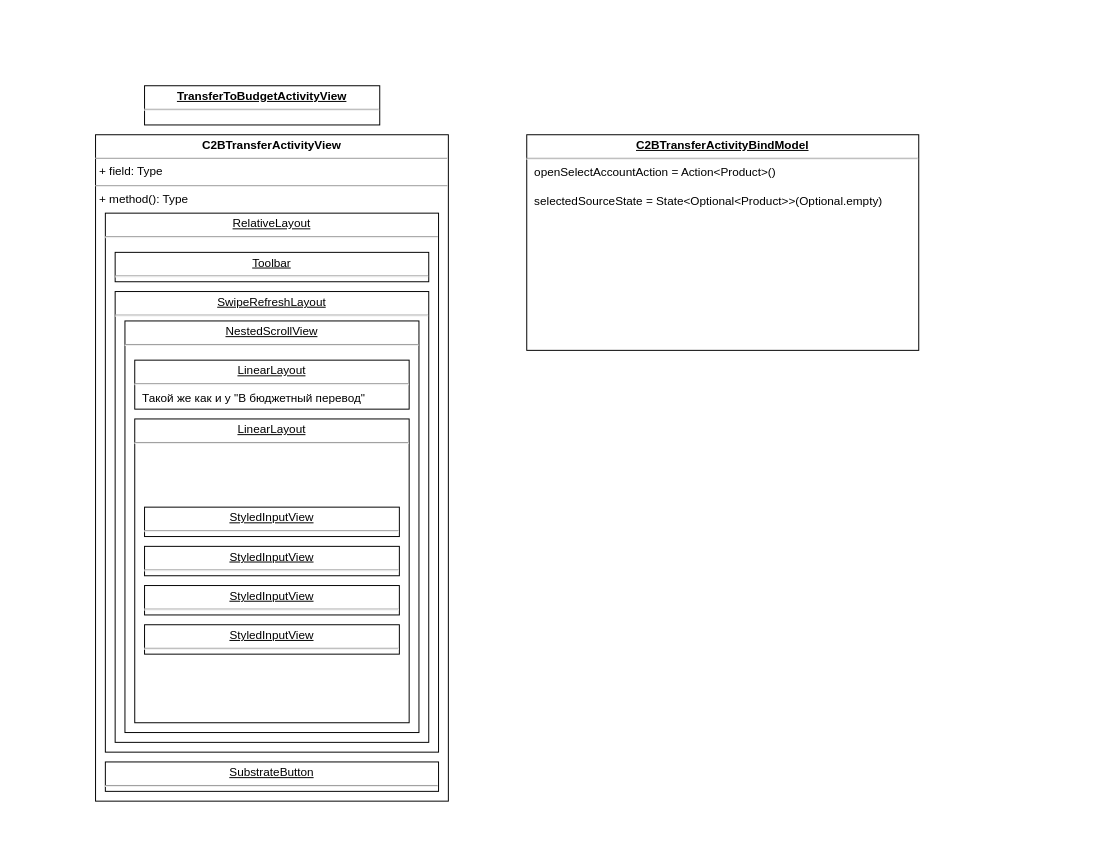
This is UNI-14926.drawio from ShiryaevNikolay/diagrams, a draw.io file, before an edit. Source tidied: cells renumbered, new cells numbered last; positions are measured from the earlier drawing's top-left corner, leaving out a move shared by most shapes. Both pictures are drawn from the tidied source at 98%, with x=0, y=0 at pixel (95, 85).
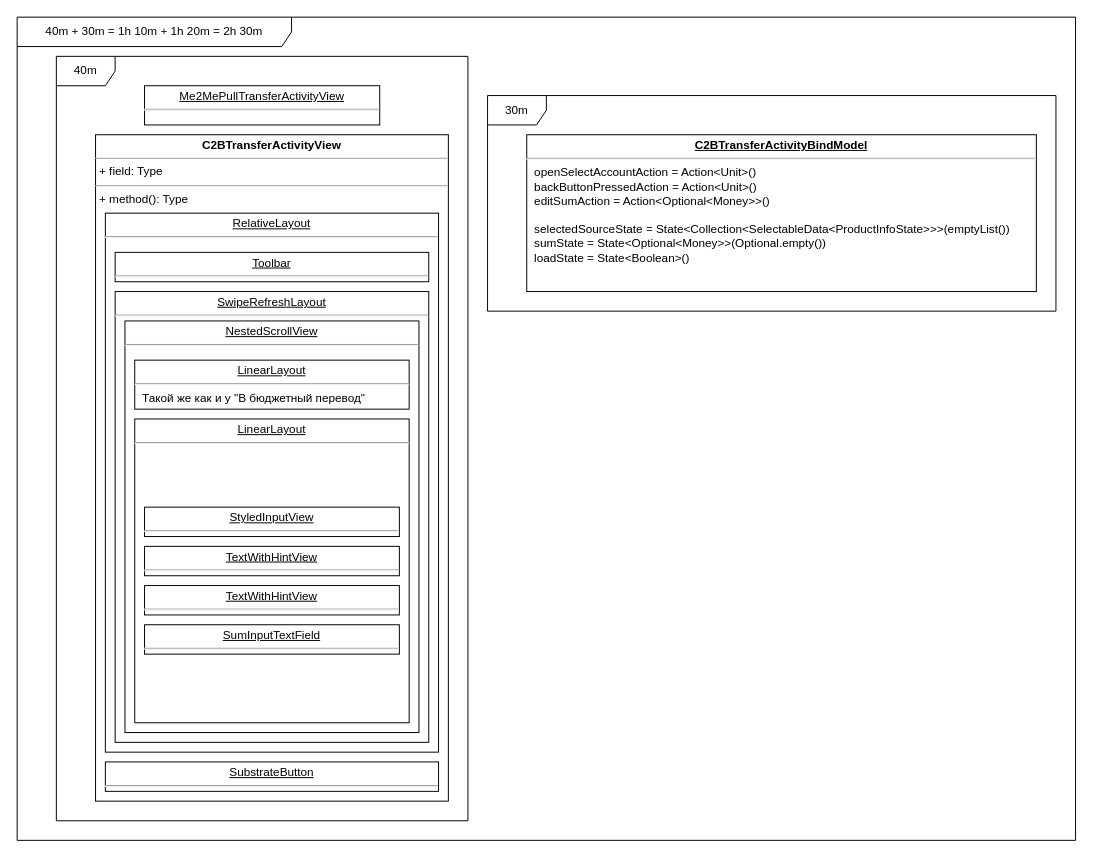
After the change.

Diff of the diagram source:
```diff
@@
 <mxGraphModel>
   <root>
     <mxCell id="0" />
     <mxCell id="1" parent="0" />
     <mxCell id="2" value="&lt;p style=&quot;margin: 0px ; margin-top: 4px ; text-align: center&quot;&gt;&lt;b&gt;C2BTransferActivityView&lt;/b&gt;&lt;/p&gt;&lt;hr size=&quot;1&quot;&gt;&lt;p style=&quot;margin: 0px ; margin-left: 4px&quot;&gt;+ field: Type&lt;/p&gt;&lt;hr size=&quot;1&quot;&gt;&lt;p style=&quot;margin: 0px ; margin-left: 4px&quot;&gt;+ method(): Type&lt;/p&gt;" style="verticalAlign=top;align=left;overflow=fill;fontSize=12;fontFamily=Helvetica;html=1;" parent="1" vertex="1">
       <mxGeometry y="50" width="360" height="680" as="geometry" />
     </mxCell>
-    <mxCell id="3" value="&lt;p style=&quot;margin: 0px ; margin-top: 4px ; text-align: center ; text-decoration: underline&quot;&gt;&lt;b&gt;TransferToBudgetActivityView&lt;/b&gt;&lt;/p&gt;&lt;hr&gt;&lt;p style=&quot;margin: 0px ; margin-left: 8px&quot;&gt;&lt;br&gt;&lt;/p&gt;" style="verticalAlign=top;align=left;overflow=fill;fontSize=12;fontFamily=Helvetica;html=1;" parent="1" vertex="1">
+    <mxCell id="3" value="&lt;p style=&quot;margin: 0px ; margin-top: 4px ; text-align: center ; text-decoration: underline&quot;&gt;Me2MePullTransferActivityView&lt;/p&gt;&lt;hr&gt;&lt;p style=&quot;margin: 0px ; margin-left: 8px&quot;&gt;&lt;br&gt;&lt;/p&gt;" style="verticalAlign=top;align=left;overflow=fill;fontSize=12;fontFamily=Helvetica;html=1;" parent="1" vertex="1">
       <mxGeometry x="50" width="240" height="40" as="geometry" />
     </mxCell>
     <mxCell id="4" value="&lt;p style=&quot;margin: 0px ; margin-top: 4px ; text-align: center ; text-decoration: underline&quot;&gt;RelativeLayout&lt;br&gt;&lt;/p&gt;&lt;hr&gt;" style="verticalAlign=top;align=left;overflow=fill;fontSize=12;fontFamily=Helvetica;html=1;" parent="1" vertex="1">
       <mxGeometry x="10" y="130" width="340" height="550" as="geometry" />
     </mxCell>
     <mxCell id="5" value="&lt;p style=&quot;margin: 0px ; margin-top: 4px ; text-align: center ; text-decoration: underline&quot;&gt;Toolbar&lt;/p&gt;&lt;hr&gt;" style="verticalAlign=top;align=left;overflow=fill;fontSize=12;fontFamily=Helvetica;html=1;" parent="1" vertex="1">
       <mxGeometry x="20" y="170" width="320" height="30" as="geometry" />
     </mxCell>
     <mxCell id="6" value="&lt;p style=&quot;margin: 0px ; margin-top: 4px ; text-align: center ; text-decoration: underline&quot;&gt;SwipeRefreshLayout&lt;/p&gt;&lt;hr&gt;" style="verticalAlign=top;align=left;overflow=fill;fontSize=12;fontFamily=Helvetica;html=1;" parent="1" vertex="1">
       <mxGeometry x="20" y="210" width="320" height="460" as="geometry" />
     </mxCell>
     <mxCell id="7" value="&lt;p style=&quot;margin: 0px ; margin-top: 4px ; text-align: center ; text-decoration: underline&quot;&gt;NestedScrollView&lt;/p&gt;&lt;hr&gt;" style="verticalAlign=top;align=left;overflow=fill;fontSize=12;fontFamily=Helvetica;html=1;" parent="1" vertex="1">
       <mxGeometry x="30" y="240" width="300" height="420" as="geometry" />
     </mxCell>
     <mxCell id="8" value="&lt;p style=&quot;margin: 0px ; margin-top: 4px ; text-align: center ; text-decoration: underline&quot;&gt;SubstrateButton&lt;/p&gt;&lt;hr&gt;" style="verticalAlign=top;align=left;overflow=fill;fontSize=12;fontFamily=Helvetica;html=1;" parent="1" vertex="1">
       <mxGeometry x="10" y="690" width="340" height="30" as="geometry" />
     </mxCell>
     <mxCell id="9" value="&lt;p style=&quot;margin: 0px ; margin-top: 4px ; text-align: center ; text-decoration: underline&quot;&gt;LinearLayout&lt;/p&gt;&lt;hr&gt;&lt;p style=&quot;margin: 0px ; margin-left: 8px&quot;&gt;Такой же как и у &quot;В бюджетный перевод&quot;&lt;br&gt;&lt;/p&gt;" style="verticalAlign=top;align=left;overflow=fill;fontSize=12;fontFamily=Helvetica;html=1;" parent="1" vertex="1">
       <mxGeometry x="40" y="280" width="280" height="50" as="geometry" />
     </mxCell>
     <mxCell id="10" value="&lt;p style=&quot;margin: 0px ; margin-top: 4px ; text-align: center ; text-decoration: underline&quot;&gt;LinearLayout&lt;/p&gt;&lt;hr&gt;&lt;p style=&quot;margin: 0px ; margin-left: 8px&quot;&gt;&lt;br&gt;&lt;/p&gt;" style="verticalAlign=top;align=left;overflow=fill;fontSize=12;fontFamily=Helvetica;html=1;" parent="1" vertex="1">
       <mxGeometry x="40" y="340" width="280" height="310" as="geometry" />
     </mxCell>
     <mxCell id="11" value="&lt;p style=&quot;margin: 0px ; margin-top: 4px ; text-align: center ; text-decoration: underline&quot;&gt;StyledInputView&lt;/p&gt;&lt;hr&gt;&lt;p style=&quot;margin: 0px ; margin-left: 8px&quot;&gt;&lt;br&gt;&lt;/p&gt;" style="verticalAlign=top;align=left;overflow=fill;fontSize=12;fontFamily=Helvetica;html=1;" parent="1" vertex="1">
       <mxGeometry x="50" y="430" width="260" height="30" as="geometry" />
     </mxCell>
-    <mxCell id="12" value="&lt;p style=&quot;margin: 0px ; margin-top: 4px ; text-align: center ; text-decoration: underline&quot;&gt;StyledInputView&lt;/p&gt;&lt;hr&gt;&lt;p style=&quot;margin: 0px ; margin-left: 8px&quot;&gt;&lt;br&gt;&lt;/p&gt;" style="verticalAlign=top;align=left;overflow=fill;fontSize=12;fontFamily=Helvetica;html=1;" parent="1" vertex="1">
+    <mxCell id="12" value="&lt;p style=&quot;margin: 0px ; margin-top: 4px ; text-align: center ; text-decoration: underline&quot;&gt;TextWithHintView&lt;/p&gt;&lt;hr&gt;&lt;p style=&quot;margin: 0px ; margin-left: 8px&quot;&gt;&lt;br&gt;&lt;/p&gt;" style="verticalAlign=top;align=left;overflow=fill;fontSize=12;fontFamily=Helvetica;html=1;" parent="1" vertex="1">
       <mxGeometry x="50" y="470" width="260" height="30" as="geometry" />
     </mxCell>
-    <mxCell id="13" value="&lt;p style=&quot;margin: 0px ; margin-top: 4px ; text-align: center ; text-decoration: underline&quot;&gt;StyledInputView&lt;/p&gt;&lt;hr&gt;&lt;p style=&quot;margin: 0px ; margin-left: 8px&quot;&gt;&lt;br&gt;&lt;/p&gt;" style="verticalAlign=top;align=left;overflow=fill;fontSize=12;fontFamily=Helvetica;html=1;" parent="1" vertex="1">
+    <mxCell id="13" value="&lt;p style=&quot;margin: 0px ; margin-top: 4px ; text-align: center ; text-decoration: underline&quot;&gt;TextWithHintView&lt;/p&gt;&lt;hr&gt;&lt;p style=&quot;margin: 0px ; margin-left: 8px&quot;&gt;&lt;br&gt;&lt;/p&gt;" style="verticalAlign=top;align=left;overflow=fill;fontSize=12;fontFamily=Helvetica;html=1;" parent="1" vertex="1">
       <mxGeometry x="50" y="510" width="260" height="30" as="geometry" />
     </mxCell>
-    <mxCell id="14" value="&lt;p style=&quot;margin: 0px ; margin-top: 4px ; text-align: center ; text-decoration: underline&quot;&gt;StyledInputView&lt;/p&gt;&lt;hr&gt;&lt;p style=&quot;margin: 0px ; margin-left: 8px&quot;&gt;&lt;br&gt;&lt;/p&gt;" style="verticalAlign=top;align=left;overflow=fill;fontSize=12;fontFamily=Helvetica;html=1;" parent="1" vertex="1">
+    <mxCell id="14" value="&lt;p style=&quot;margin: 0px ; margin-top: 4px ; text-align: center ; text-decoration: underline&quot;&gt;SumInputTextField&lt;/p&gt;&lt;hr&gt;&lt;p style=&quot;margin: 0px ; margin-left: 8px&quot;&gt;&lt;br&gt;&lt;/p&gt;" style="verticalAlign=top;align=left;overflow=fill;fontSize=12;fontFamily=Helvetica;html=1;" parent="1" vertex="1">
       <mxGeometry x="50" y="550" width="260" height="30" as="geometry" />
     </mxCell>
-    <mxCell id="15" value="&lt;p style=&quot;margin: 0px ; margin-top: 4px ; text-align: center ; text-decoration: underline&quot;&gt;&lt;b&gt;C2BTransferActivityBindModel&lt;/b&gt;&lt;/p&gt;&lt;hr&gt;&lt;p style=&quot;margin: 0px ; margin-left: 8px&quot;&gt;openSelectAccountAction = Action&amp;lt;Product&amp;gt;()&lt;/p&gt;&lt;p style=&quot;margin: 0px ; margin-left: 8px&quot;&gt;&lt;br&gt;&lt;/p&gt;&lt;p style=&quot;margin: 0px ; margin-left: 8px&quot;&gt;selectedSourceState = State&amp;lt;Optional&amp;lt;Product&amp;gt;&amp;gt;(Optional.empty)&lt;br&gt;&lt;/p&gt;" style="verticalAlign=top;align=left;overflow=fill;fontSize=12;fontFamily=Helvetica;html=1;" parent="1" vertex="1">
-      <mxGeometry x="440" y="50" width="400" height="220" as="geometry" />
+    <mxCell id="15" value="&lt;p style=&quot;margin: 0px ; margin-top: 4px ; text-align: center ; text-decoration: underline&quot;&gt;&lt;b&gt;C2BTransferActivityBindModel&lt;/b&gt;&lt;/p&gt;&lt;hr&gt;&lt;p style=&quot;margin: 0px ; margin-left: 8px&quot;&gt;openSelectAccountAction = Action&amp;lt;Unit&amp;gt;()&lt;/p&gt;&lt;p style=&quot;margin: 0px ; margin-left: 8px&quot;&gt;backButtonPressedAction = Action&amp;lt;Unit&amp;gt;()&lt;/p&gt;&lt;p style=&quot;margin: 0px ; margin-left: 8px&quot;&gt;editSumAction = Action&amp;lt;Optional&amp;lt;Money&amp;gt;&amp;gt;()&lt;br&gt;&lt;/p&gt;&lt;p style=&quot;margin: 0px ; margin-left: 8px&quot;&gt;&lt;br&gt;&lt;/p&gt;&lt;p style=&quot;margin: 0px ; margin-left: 8px&quot;&gt;selectedSourceState = State&amp;lt;Collection&amp;lt;SelectableData&amp;lt;ProductInfoState&amp;gt;&amp;gt;&amp;gt;(emptyList())&lt;/p&gt;&lt;p style=&quot;margin: 0px ; margin-left: 8px&quot;&gt;sumState = State&amp;lt;Optional&amp;lt;Money&amp;gt;&amp;gt;(Optional.empty())&lt;br&gt;loadState = State&amp;lt;Boolean&amp;gt;()&lt;br&gt;&lt;/p&gt;" style="verticalAlign=top;align=left;overflow=fill;fontSize=12;fontFamily=Helvetica;html=1;" parent="1" vertex="1">
+      <mxGeometry x="440" y="50" width="520" height="160" as="geometry" />
     </mxCell>
+    <mxCell id="16" value="40m" style="shape=umlFrame;whiteSpace=wrap;html=1;" parent="1" vertex="1">
+      <mxGeometry x="-40" y="-30" width="420" height="780" as="geometry" />
+    </mxCell>
+    <mxCell id="17" value="30m" style="shape=umlFrame;whiteSpace=wrap;html=1;" parent="1" vertex="1">
+      <mxGeometry x="400" y="10" width="580" height="220" as="geometry" />
+    </mxCell>
+    <mxCell id="18" value="40m + 30m = 1h 10m + 1h 20m = 2h 30m" style="shape=umlFrame;whiteSpace=wrap;html=1;width=280;height=30;" parent="1" vertex="1">
+      <mxGeometry x="-80" y="-70" width="1080" height="840" as="geometry" />
+    </mxCell>
   </root>
 </mxGraphModel>
```
